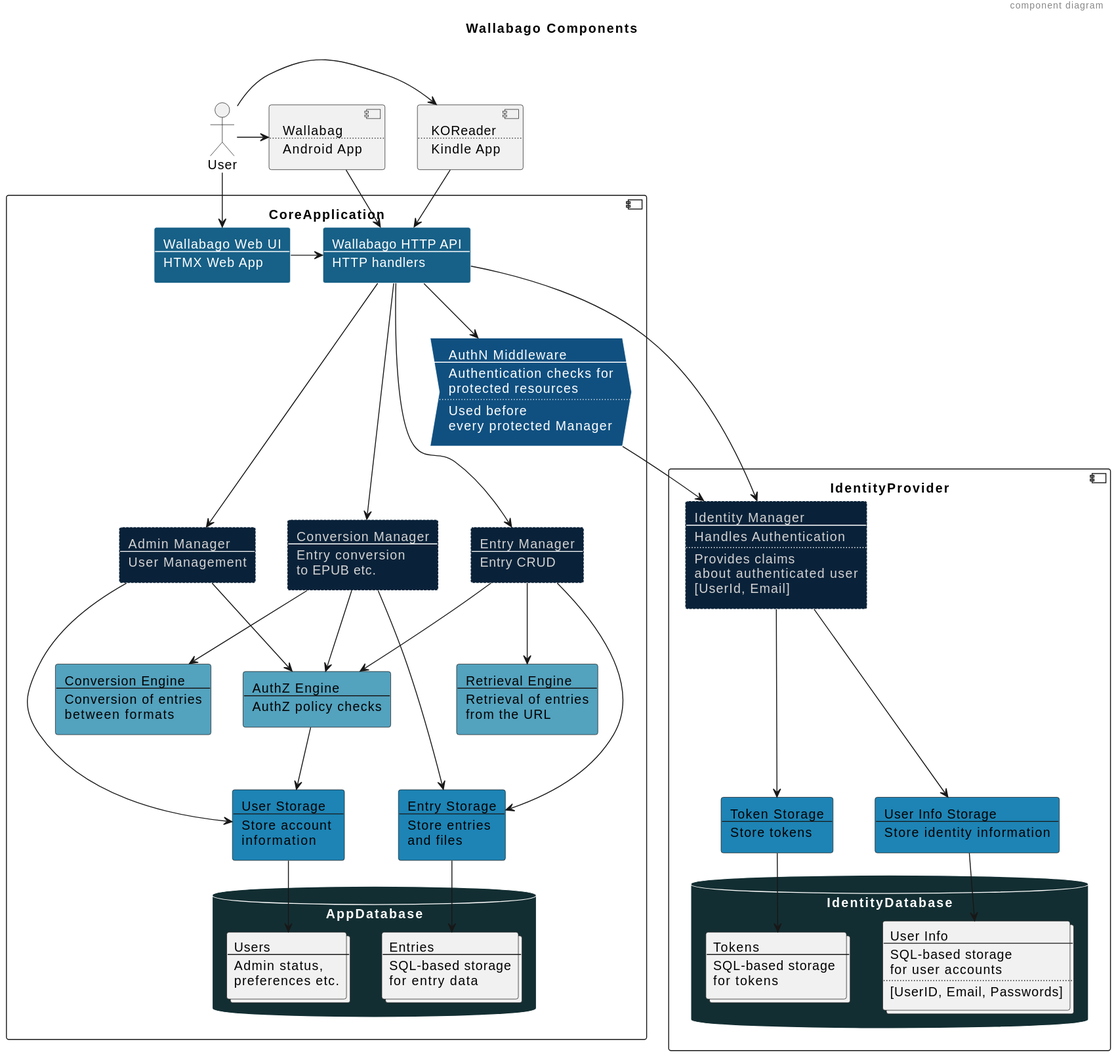
Before: docs/diagrams/dist/architecture-components.svg, a diagram exported from PlantUML (xomiachuna/wallabago). The source it was exported from:
```plantuml
@startuml
title Wallabago Components
header component diagram

!$Manager = "back:0a2239;text:LightGrey;line:white;line.dotted"
!$Engine = "back:53a2be;text:Black"
!$Storage = "back:1d84b5;text:Black"
!$Persistence = "back:132e32;text:White;line:White"
!$Cache = "back:176087;text:White;line:White"
!$Middleware = "back:105080;text:White;line:White"
!$API = "back:176087;text:White;line:White"

actor User [
    User
]

component KOReader [
    KOReader
    ....
    Kindle App
]

component WallabagAndroid [
    Wallabag
    ....
    Android App
]
component CoreApplication {
    rectangle HTTPAPI #$API [
        Wallabago HTTP API
        ----
        HTTP handlers
    ]

    rectangle WebUI #$API [
        Wallabago Web UI
        ----
        HTMX Web App
    ]

    process AuthNMiddleware #$Middleware [
        AuthN Middleware
        ----
        Authentication checks for
        protected resources
        ....
        Used before
        every protected Manager
    ]

    rectangle AdminManager #$Manager [
        Admin Manager
        ----
        User Management
    ]


    rectangle EntryManager #$Manager [
        Entry Manager
        ----
        Entry CRUD
    ]

    rectangle ConversionManager #$Manager [
        Conversion Manager
        ----
        Entry conversion
        to EPUB etc.
    ]


    rectangle AuthZEngine #$Engine [
        AuthZ Engine
        ----
        AuthZ policy checks
    ]

    rectangle RetrievalEngine #$Engine [
        Retrieval Engine
        ----
        Retrieval of entries
        from the URL
    ]

    rectangle ConversionEngine #$Engine [
        Conversion Engine
        ----
        Conversion of entries
        between formats
    ]



    rectangle UserStorage #$Storage [
        User Storage
        ----
        Store account
        information
    ]

    rectangle EntryStorage #$Storage [
        Entry Storage
        ----
        Store entries
        and files
    ]


    database AppDatabase #$Persistence {
        collections Users [
            Users
            ----
            Admin status,
            preferences etc.
        ]

        collections Entries [
            Entries
            ----
            SQL-based storage
            for entry data
        ]
    }
}

component IdentityProvider {
    rectangle IdentityManager #$Manager [
        Identity Manager
        ----
        Handles Authentication
        ....
        Provides claims
        about authenticated user
        [UserId, Email]
    ]

    rectangle TokenStorage #$Storage [
        Token Storage
        ----
        Store tokens
    ]

    rectangle UserInfoStorage #$Storage [
        User Info Storage
        ----
        Store identity information
    ]
    database IdentityDatabase #$Persistence {
        collections UserInfo [
            User Info
            ----
            SQL-based storage
            for user accounts
            ....
            [UserID, Email, Passwords]
        ]

        collections Tokens  [
            Tokens
            ----
            SQL-based storage
            for tokens
        ]
    }
}


User -> KOReader
KOReader --> HTTPAPI
User --> WebUI
User -> WallabagAndroid
WallabagAndroid --> HTTPAPI
WebUI -> HTTPAPI

HTTPAPI --> AuthNMiddleware
HTTPAPI ---> IdentityManager
HTTPAPI ---> AdminManager
HTTPAPI ---> ConversionManager
HTTPAPI ---> EntryManager

AuthNMiddleware --> IdentityManager

EntryManager --> RetrievalEngine
EntryManager --> AuthZEngine
EntryManager ---> EntryStorage

AdminManager --> AuthZEngine
AdminManager ---> UserStorage

ConversionManager --> ConversionEngine
ConversionManager --> AuthZEngine
ConversionManager ---> EntryStorage

AuthZEngine --> UserStorage

EntryStorage --> Entries

UserStorage --> Users

TokenStorage --> Tokens

IdentityManager ---> TokenStorage
IdentityManager ---> UserInfoStorage
UserInfoStorage --> UserInfo
@enduml
```
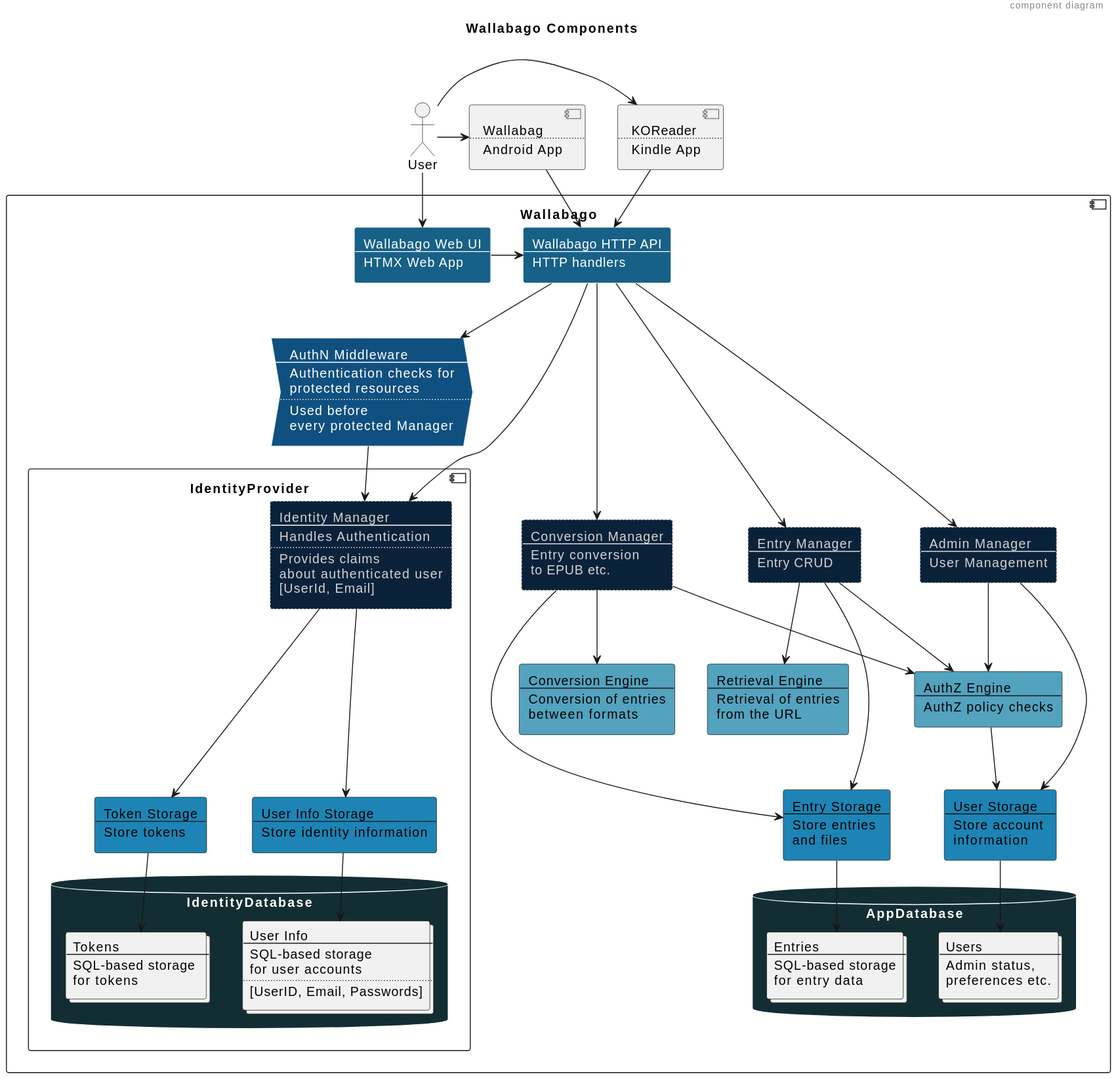
Later version of the same file.

Commit message:
docs: Better illustrate the relationship between IdP and the app

Change to the diagram source:
```diff
@@ -25,7 +25,8 @@
     ....
     Android App
 ]
-component CoreApplication {
+
+component Wallabago {
     rectangle HTTPAPI #$API [
         Wallabago HTTP API
         ----
@@ -121,46 +122,45 @@
             for entry data
         ]
     }
-}
-
-component IdentityProvider {
-    rectangle IdentityManager #$Manager [
-        Identity Manager
-        ----
-        Handles Authentication
-        ....
-        Provides claims
-        about authenticated user
-        [UserId, Email]
-    ]
-
-    rectangle TokenStorage #$Storage [
-        Token Storage
-        ----
-        Store tokens
-    ]
-
-    rectangle UserInfoStorage #$Storage [
-        User Info Storage
-        ----
-        Store identity information
-    ]
-    database IdentityDatabase #$Persistence {
-        collections UserInfo [
-            User Info
+    component IdentityProvider {
+        rectangle IdentityManager #$Manager [
+            Identity Manager
             ----
-            SQL-based storage
-            for user accounts
+            Handles Authentication
             ....
-            [UserID, Email, Passwords]
+            Provides claims
+            about authenticated user
+            [UserId, Email]
         ]
 
-        collections Tokens  [
-            Tokens
+        rectangle TokenStorage #$Storage [
+            Token Storage
             ----
-            SQL-based storage
-            for tokens
+            Store tokens
         ]
+
+        rectangle UserInfoStorage #$Storage [
+            User Info Storage
+            ----
+            Store identity information
+        ]
+        database IdentityDatabase #$Persistence {
+            collections UserInfo [
+                User Info
+                ----
+                SQL-based storage
+                for user accounts
+                ....
+                [UserID, Email, Passwords]
+            ]
+
+            collections Tokens  [
+                Tokens
+                ----
+                SQL-based storage
+                for tokens
+            ]
+        }
     }
 }
 
```
